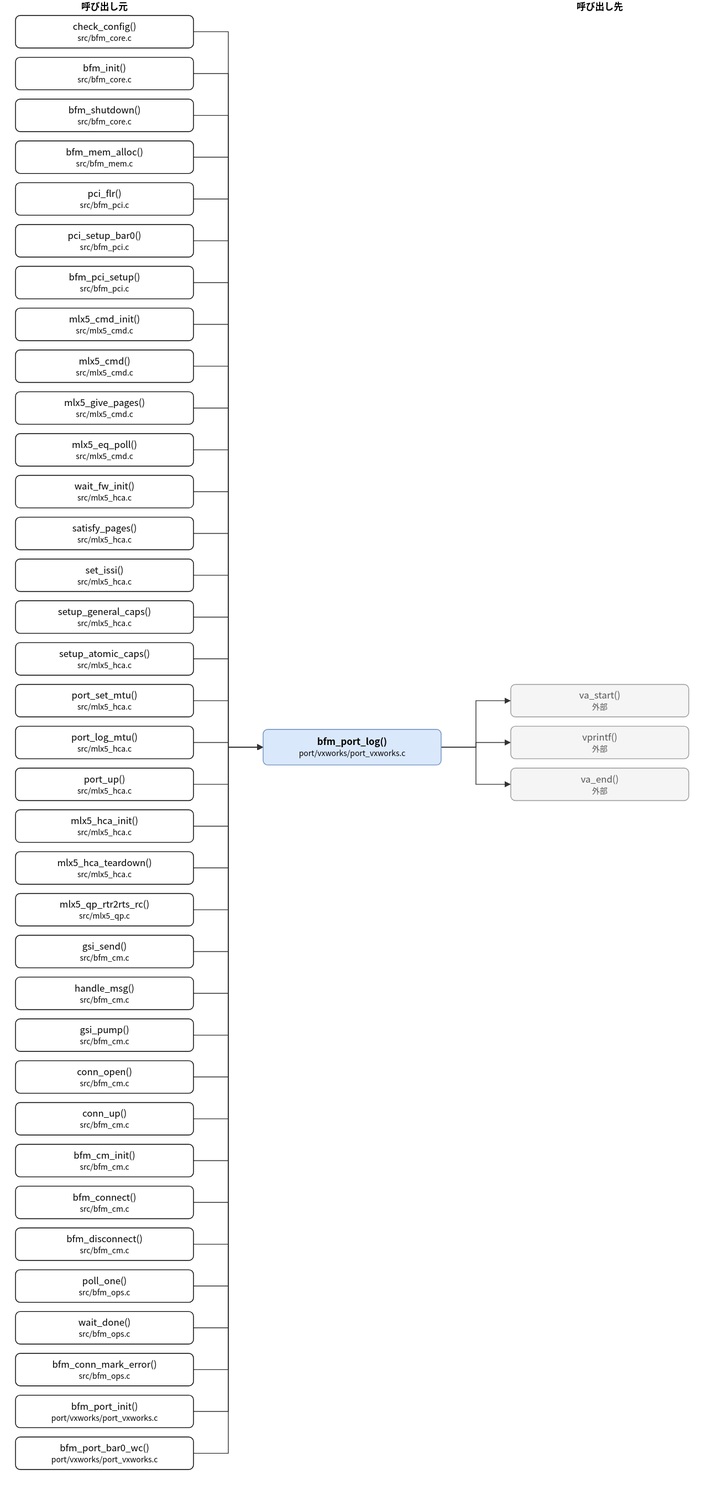
hf355051012-ai/bfmem keeps this draw.io diagram as doc/spec/images/call_port_vxworks_port_vxworks-bfm_port_log.drawio.svg. Above is the earlier version. Source tidied: cells renumbered, new cells last; positions are measured from the earlier drawing's top-left corner, leaving out a move shared by most shapes.
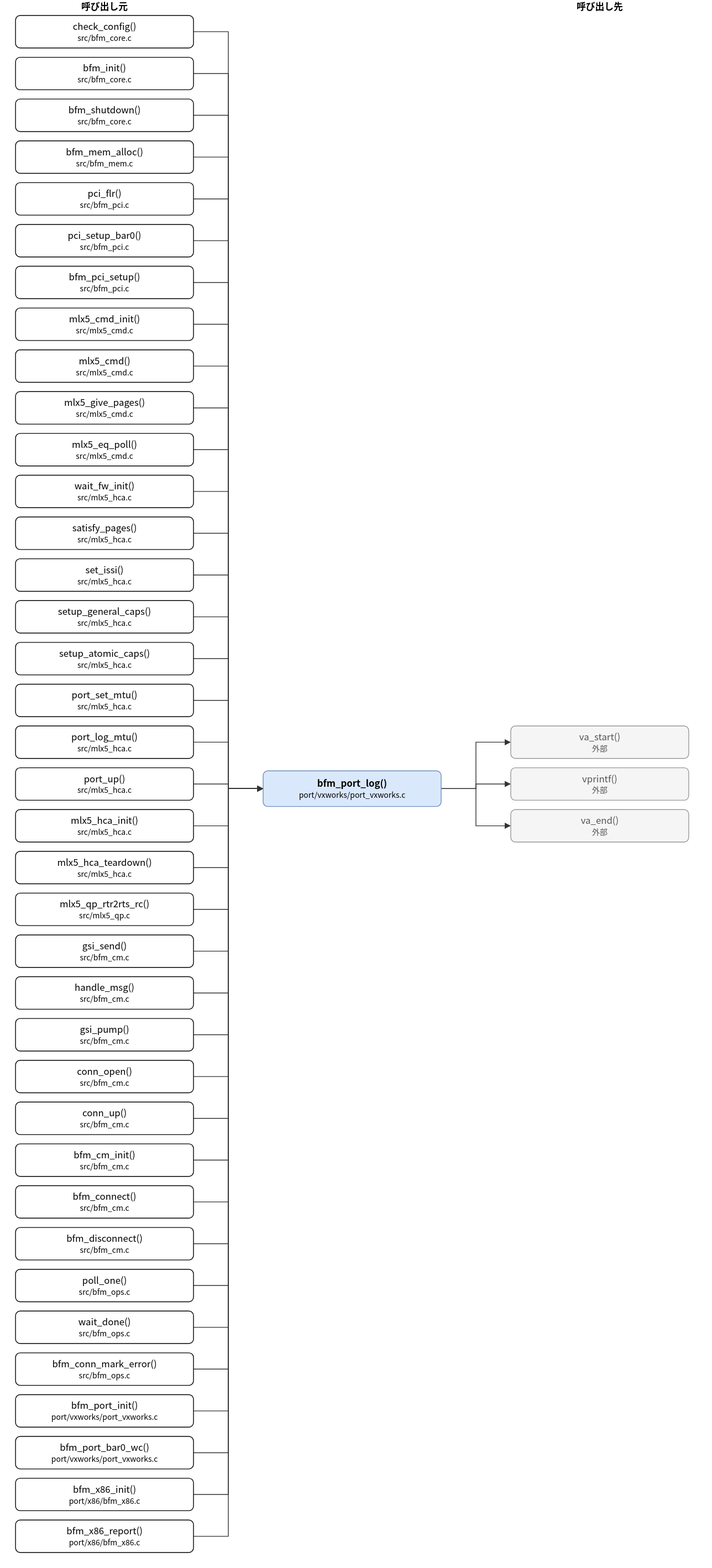
Above is the later version.

The edit, as a diff of the source:
```diff
@@ -3,7 +3,7 @@
     <mxCell id="0" />
     <mxCell id="1" parent="0" />
     <mxCell id="2" value="bfm_port_log()&lt;br&gt;&lt;font style=&quot;font-size:10px&quot;&gt;port/vxworks/port_vxworks.c&lt;/font&gt;" style="rounded=1;whiteSpace=wrap;html=1;fillColor=#dae8fc;strokeColor=#6c8ebf;fontStyle=1;" parent="1" vertex="1">
-      <mxGeometry x="320" y="942" width="230" height="46" as="geometry" />
+      <mxGeometry x="320" y="996" width="230" height="46" as="geometry" />
     </mxCell>
     <mxCell id="3" value="check_config()&lt;br&gt;&lt;font style=&quot;font-size:10px&quot;&gt;src/bfm_core.c&lt;/font&gt;" style="rounded=1;whiteSpace=wrap;html=1;" parent="1" vertex="1">
       <mxGeometry y="20" width="230" height="42" as="geometry" />
@@ -110,20 +110,26 @@
     <mxCell id="37" value="bfm_port_bar0_wc()&lt;br&gt;&lt;font style=&quot;font-size:10px&quot;&gt;port/vxworks/port_vxworks.c&lt;/font&gt;" style="rounded=1;whiteSpace=wrap;html=1;" parent="1" vertex="1">
       <mxGeometry y="1856" width="230" height="42" as="geometry" />
     </mxCell>
+    <mxCell id="81" value="bfm_x86_init()&lt;br&gt;&lt;font style=&quot;font-size:10px&quot;&gt;port/x86/bfm_x86.c&lt;/font&gt;" style="rounded=1;whiteSpace=wrap;html=1;" parent="1" vertex="1">
+      <mxGeometry y="1910" width="230" height="42" as="geometry" />
+    </mxCell>
+    <mxCell id="82" value="bfm_x86_report()&lt;br&gt;&lt;font style=&quot;font-size:10px&quot;&gt;port/x86/bfm_x86.c&lt;/font&gt;" style="rounded=1;whiteSpace=wrap;html=1;" parent="1" vertex="1">
+      <mxGeometry y="1964" width="230" height="42" as="geometry" />
+    </mxCell>
     <mxCell id="38" value="va_start()&lt;br&gt;&lt;font style=&quot;font-size:10px&quot;&gt;外部&lt;/font&gt;" style="rounded=1;whiteSpace=wrap;html=1;fillColor=#f5f5f5;strokeColor=#999999;fontColor=#555555;" parent="1" vertex="1">
-      <mxGeometry x="640" y="884" width="230" height="42" as="geometry" />
+      <mxGeometry x="640" y="938" width="230" height="42" as="geometry" />
     </mxCell>
     <mxCell id="39" value="vprintf()&lt;br&gt;&lt;font style=&quot;font-size:10px&quot;&gt;外部&lt;/font&gt;" style="rounded=1;whiteSpace=wrap;html=1;fillColor=#f5f5f5;strokeColor=#999999;fontColor=#555555;" parent="1" vertex="1">
-      <mxGeometry x="640" y="938" width="230" height="42" as="geometry" />
+      <mxGeometry x="640" y="992" width="230" height="42" as="geometry" />
     </mxCell>
     <mxCell id="40" value="va_end()&lt;br&gt;&lt;font style=&quot;font-size:10px&quot;&gt;外部&lt;/font&gt;" style="rounded=1;whiteSpace=wrap;html=1;fillColor=#f5f5f5;strokeColor=#999999;fontColor=#555555;" parent="1" vertex="1">
-      <mxGeometry x="640" y="992" width="230" height="42" as="geometry" />
+      <mxGeometry x="640" y="1046" width="230" height="42" as="geometry" />
     </mxCell>
     <mxCell id="41" style="edgeStyle=none;html=1;rounded=0;endArrow=block;endFill=1;exitX=1.0000;exitY=0.5000;exitDx=0;exitDy=0;exitPerimeter=0;entryX=0.0000;entryY=0.5000;entryDx=0;entryDy=0;entryPerimeter=0;" parent="1" edge="1" source="3" target="2">
       <mxGeometry relative="1" as="geometry">
         <Array as="points">
           <mxPoint x="275" y="41" />
-          <mxPoint x="275" y="965" />
+          <mxPoint x="275" y="1019" />
         </Array>
       </mxGeometry>
     </mxCell>
@@ -131,7 +137,7 @@
       <mxGeometry relative="1" as="geometry">
         <Array as="points">
           <mxPoint x="275" y="95" />
-          <mxPoint x="275" y="965" />
+          <mxPoint x="275" y="1019" />
         </Array>
       </mxGeometry>
     </mxCell>
@@ -139,7 +145,7 @@
       <mxGeometry relative="1" as="geometry">
         <Array as="points">
           <mxPoint x="275" y="149" />
-          <mxPoint x="275" y="965" />
+          <mxPoint x="275" y="1019" />
         </Array>
       </mxGeometry>
     </mxCell>
@@ -147,7 +153,7 @@
       <mxGeometry relative="1" as="geometry">
         <Array as="points">
           <mxPoint x="275" y="203" />
-          <mxPoint x="275" y="965" />
+          <mxPoint x="275" y="1019" />
         </Array>
       </mxGeometry>
     </mxCell>
@@ -155,7 +161,7 @@
       <mxGeometry relative="1" as="geometry">
         <Array as="points">
           <mxPoint x="275" y="257" />
-          <mxPoint x="275" y="965" />
+          <mxPoint x="275" y="1019" />
         </Array>
       </mxGeometry>
     </mxCell>
@@ -163,7 +169,7 @@
       <mxGeometry relative="1" as="geometry">
         <Array as="points">
           <mxPoint x="275" y="311" />
-          <mxPoint x="275" y="965" />
+          <mxPoint x="275" y="1019" />
         </Array>
       </mxGeometry>
     </mxCell>
@@ -171,7 +177,7 @@
       <mxGeometry relative="1" as="geometry">
         <Array as="points">
           <mxPoint x="275" y="365" />
-          <mxPoint x="275" y="965" />
+          <mxPoint x="275" y="1019" />
         </Array>
       </mxGeometry>
     </mxCell>
@@ -179,7 +185,7 @@
       <mxGeometry relative="1" as="geometry">
         <Array as="points">
           <mxPoint x="275" y="419" />
-          <mxPoint x="275" y="965" />
+          <mxPoint x="275" y="1019" />
         </Array>
       </mxGeometry>
     </mxCell>
@@ -187,7 +193,7 @@
       <mxGeometry relative="1" as="geometry">
         <Array as="points">
           <mxPoint x="275" y="473" />
-          <mxPoint x="275" y="965" />
+          <mxPoint x="275" y="1019" />
         </Array>
       </mxGeometry>
     </mxCell>
@@ -195,7 +201,7 @@
       <mxGeometry relative="1" as="geometry">
         <Array as="points">
           <mxPoint x="275" y="527" />
-          <mxPoint x="275" y="965" />
+          <mxPoint x="275" y="1019" />
         </Array>
       </mxGeometry>
     </mxCell>
@@ -203,7 +209,7 @@
       <mxGeometry relative="1" as="geometry">
         <Array as="points">
           <mxPoint x="275" y="581" />
-          <mxPoint x="275" y="965" />
+          <mxPoint x="275" y="1019" />
         </Array>
       </mxGeometry>
     </mxCell>
@@ -211,7 +217,7 @@
       <mxGeometry relative="1" as="geometry">
         <Array as="points">
           <mxPoint x="275" y="635" />
-          <mxPoint x="275" y="965" />
+          <mxPoint x="275" y="1019" />
         </Array>
       </mxGeometry>
     </mxCell>
@@ -219,7 +225,7 @@
       <mxGeometry relative="1" as="geometry">
         <Array as="points">
           <mxPoint x="275" y="689" />
-          <mxPoint x="275" y="965" />
+          <mxPoint x="275" y="1019" />
         </Array>
       </mxGeometry>
     </mxCell>
@@ -227,7 +233,7 @@
       <mxGeometry relative="1" as="geometry">
         <Array as="points">
           <mxPoint x="275" y="743" />
-          <mxPoint x="275" y="965" />
+          <mxPoint x="275" y="1019" />
         </Array>
       </mxGeometry>
     </mxCell>
@@ -235,7 +241,7 @@
       <mxGeometry relative="1" as="geometry">
         <Array as="points">
           <mxPoint x="275" y="797" />
-          <mxPoint x="275" y="965" />
+          <mxPoint x="275" y="1019" />
         </Array>
       </mxGeometry>
     </mxCell>
@@ -243,7 +249,7 @@
       <mxGeometry relative="1" as="geometry">
         <Array as="points">
           <mxPoint x="275" y="851" />
-          <mxPoint x="275" y="965" />
+          <mxPoint x="275" y="1019" />
         </Array>
       </mxGeometry>
     </mxCell>
@@ -251,7 +257,7 @@
       <mxGeometry relative="1" as="geometry">
         <Array as="points">
           <mxPoint x="275" y="905" />
-          <mxPoint x="275" y="965" />
+          <mxPoint x="275" y="1019" />
         </Array>
       </mxGeometry>
     </mxCell>
@@ -259,7 +265,7 @@
       <mxGeometry relative="1" as="geometry">
         <Array as="points">
           <mxPoint x="275" y="959" />
-          <mxPoint x="275" y="965" />
+          <mxPoint x="275" y="1019" />
         </Array>
       </mxGeometry>
     </mxCell>
@@ -267,7 +273,7 @@
       <mxGeometry relative="1" as="geometry">
         <Array as="points">
           <mxPoint x="275" y="1013" />
-          <mxPoint x="275" y="965" />
+          <mxPoint x="275" y="1019" />
         </Array>
       </mxGeometry>
     </mxCell>
@@ -275,7 +281,7 @@
       <mxGeometry relative="1" as="geometry">
         <Array as="points">
           <mxPoint x="275" y="1067" />
-          <mxPoint x="275" y="965" />
+          <mxPoint x="275" y="1019" />
         </Array>
       </mxGeometry>
     </mxCell>
@@ -283,7 +289,7 @@
       <mxGeometry relative="1" as="geometry">
         <Array as="points">
           <mxPoint x="275" y="1121" />
-          <mxPoint x="275" y="965" />
+          <mxPoint x="275" y="1019" />
         </Array>
       </mxGeometry>
     </mxCell>
@@ -291,7 +297,7 @@
       <mxGeometry relative="1" as="geometry">
         <Array as="points">
           <mxPoint x="275" y="1175" />
-          <mxPoint x="275" y="965" />
+          <mxPoint x="275" y="1019" />
         </Array>
       </mxGeometry>
     </mxCell>
@@ -299,7 +305,7 @@
       <mxGeometry relative="1" as="geometry">
         <Array as="points">
           <mxPoint x="275" y="1229" />
-          <mxPoint x="275" y="965" />
+          <mxPoint x="275" y="1019" />
         </Array>
       </mxGeometry>
     </mxCell>
@@ -307,7 +313,7 @@
       <mxGeometry relative="1" as="geometry">
         <Array as="points">
           <mxPoint x="275" y="1283" />
-          <mxPoint x="275" y="965" />
+          <mxPoint x="275" y="1019" />
         </Array>
       </mxGeometry>
     </mxCell>
@@ -315,7 +321,7 @@
       <mxGeometry relative="1" as="geometry">
         <Array as="points">
           <mxPoint x="275" y="1337" />
-          <mxPoint x="275" y="965" />
+          <mxPoint x="275" y="1019" />
         </Array>
       </mxGeometry>
     </mxCell>
@@ -323,7 +329,7 @@
       <mxGeometry relative="1" as="geometry">
         <Array as="points">
           <mxPoint x="275" y="1391" />
-          <mxPoint x="275" y="965" />
+          <mxPoint x="275" y="1019" />
         </Array>
       </mxGeometry>
     </mxCell>
@@ -331,7 +337,7 @@
       <mxGeometry relative="1" as="geometry">
         <Array as="points">
           <mxPoint x="275" y="1445" />
-          <mxPoint x="275" y="965" />
+          <mxPoint x="275" y="1019" />
         </Array>
       </mxGeometry>
     </mxCell>
@@ -339,7 +345,7 @@
       <mxGeometry relative="1" as="geometry">
         <Array as="points">
           <mxPoint x="275" y="1499" />
-          <mxPoint x="275" y="965" />
+          <mxPoint x="275" y="1019" />
         </Array>
       </mxGeometry>
     </mxCell>
@@ -347,7 +353,7 @@
       <mxGeometry relative="1" as="geometry">
         <Array as="points">
           <mxPoint x="275" y="1553" />
-          <mxPoint x="275" y="965" />
+          <mxPoint x="275" y="1019" />
         </Array>
       </mxGeometry>
     </mxCell>
@@ -355,7 +361,7 @@
       <mxGeometry relative="1" as="geometry">
         <Array as="points">
           <mxPoint x="275" y="1607" />
-          <mxPoint x="275" y="965" />
+          <mxPoint x="275" y="1019" />
         </Array>
       </mxGeometry>
     </mxCell>
@@ -363,7 +369,7 @@
       <mxGeometry relative="1" as="geometry">
         <Array as="points">
           <mxPoint x="275" y="1661" />
-          <mxPoint x="275" y="965" />
+          <mxPoint x="275" y="1019" />
         </Array>
       </mxGeometry>
     </mxCell>
@@ -371,7 +377,7 @@
       <mxGeometry relative="1" as="geometry">
         <Array as="points">
           <mxPoint x="275" y="1715" />
-          <mxPoint x="275" y="965" />
+          <mxPoint x="275" y="1019" />
         </Array>
       </mxGeometry>
     </mxCell>
@@ -379,7 +385,7 @@
       <mxGeometry relative="1" as="geometry">
         <Array as="points">
           <mxPoint x="275" y="1769" />
-          <mxPoint x="275" y="965" />
+          <mxPoint x="275" y="1019" />
         </Array>
       </mxGeometry>
     </mxCell>
@@ -387,7 +393,7 @@
       <mxGeometry relative="1" as="geometry">
         <Array as="points">
           <mxPoint x="275" y="1823" />
-          <mxPoint x="275" y="965" />
+          <mxPoint x="275" y="1019" />
         </Array>
       </mxGeometry>
     </mxCell>
@@ -395,34 +401,50 @@
       <mxGeometry relative="1" as="geometry">
         <Array as="points">
           <mxPoint x="275" y="1877" />
-          <mxPoint x="275" y="965" />
+          <mxPoint x="275" y="1019" />
         </Array>
       </mxGeometry>
     </mxCell>
-    <mxCell id="76" style="edgeStyle=none;html=1;rounded=0;endArrow=block;endFill=1;exitX=1.0000;exitY=0.5000;exitDx=0;exitDy=0;exitPerimeter=0;entryX=0.0000;entryY=0.5000;entryDx=0;entryDy=0;entryPerimeter=0;" parent="1" edge="1" source="2" target="38">
+    <mxCell id="76" style="edgeStyle=none;html=1;rounded=0;endArrow=block;endFill=1;exitX=1.0000;exitY=0.5000;exitDx=0;exitDy=0;exitPerimeter=0;entryX=0.0000;entryY=0.5000;entryDx=0;entryDy=0;entryPerimeter=0;" parent="1" edge="1" source="81" target="2">
       <mxGeometry relative="1" as="geometry">
         <Array as="points">
-          <mxPoint x="595" y="965" />
-          <mxPoint x="595" y="905" />
+          <mxPoint x="275" y="1931" />
+          <mxPoint x="275" y="1019" />
         </Array>
       </mxGeometry>
     </mxCell>
-    <mxCell id="77" style="edgeStyle=none;html=1;rounded=0;endArrow=block;endFill=1;exitX=1.0000;exitY=0.5000;exitDx=0;exitDy=0;exitPerimeter=0;entryX=0.0000;entryY=0.5000;entryDx=0;entryDy=0;entryPerimeter=0;" parent="1" edge="1" source="2" target="39">
+    <mxCell id="77" style="edgeStyle=none;html=1;rounded=0;endArrow=block;endFill=1;exitX=1.0000;exitY=0.5000;exitDx=0;exitDy=0;exitPerimeter=0;entryX=0.0000;entryY=0.5000;entryDx=0;entryDy=0;entryPerimeter=0;" parent="1" edge="1" source="82" target="2">
       <mxGeometry relative="1" as="geometry">
         <Array as="points">
-          <mxPoint x="595" y="965" />
-          <mxPoint x="595" y="959" />
+          <mxPoint x="275" y="1985" />
+          <mxPoint x="275" y="1019" />
         </Array>
       </mxGeometry>
     </mxCell>
-    <mxCell id="78" style="edgeStyle=none;html=1;rounded=0;endArrow=block;endFill=1;exitX=1.0000;exitY=0.5000;exitDx=0;exitDy=0;exitPerimeter=0;entryX=0.0000;entryY=0.5000;entryDx=0;entryDy=0;entryPerimeter=0;" parent="1" edge="1" source="2" target="40">
+    <mxCell id="78" style="edgeStyle=none;html=1;rounded=0;endArrow=block;endFill=1;exitX=1.0000;exitY=0.5000;exitDx=0;exitDy=0;exitPerimeter=0;entryX=0.0000;entryY=0.5000;entryDx=0;entryDy=0;entryPerimeter=0;" parent="1" edge="1" source="2" target="38">
       <mxGeometry relative="1" as="geometry">
         <Array as="points">
-          <mxPoint x="595" y="965" />
-          <mxPoint x="595" y="1013" />
+          <mxPoint x="595" y="1019" />
+          <mxPoint x="595" y="959" />
         </Array>
       </mxGeometry>
     </mxCell>
+    <mxCell id="83" style="edgeStyle=none;html=1;rounded=0;endArrow=block;endFill=1;exitX=1.0000;exitY=0.5000;exitDx=0;exitDy=0;exitPerimeter=0;entryX=0.0000;entryY=0.5000;entryDx=0;entryDy=0;entryPerimeter=0;" parent="1" edge="1" source="2" target="39">
+      <mxGeometry relative="1" as="geometry">
+        <Array as="points">
+          <mxPoint x="595" y="1019" />
+          <mxPoint x="595" y="1013" />
+        </Array>
+      </mxGeometry>
+    </mxCell>
+    <mxCell id="84" style="edgeStyle=none;html=1;rounded=0;endArrow=block;endFill=1;exitX=1.0000;exitY=0.5000;exitDx=0;exitDy=0;exitPerimeter=0;entryX=0.0000;entryY=0.5000;entryDx=0;entryDy=0;entryPerimeter=0;" parent="1" edge="1" source="2" target="40">
+      <mxGeometry relative="1" as="geometry">
+        <Array as="points">
+          <mxPoint x="595" y="1019" />
+          <mxPoint x="595" y="1067" />
+        </Array>
+      </mxGeometry>
+    </mxCell>
     <mxCell id="79" value="呼び出し元" style="text;html=1;align=center;fontStyle=1;" parent="1" vertex="1">
       <mxGeometry x="35" width="160" height="18" as="geometry" />
     </mxCell>
```
